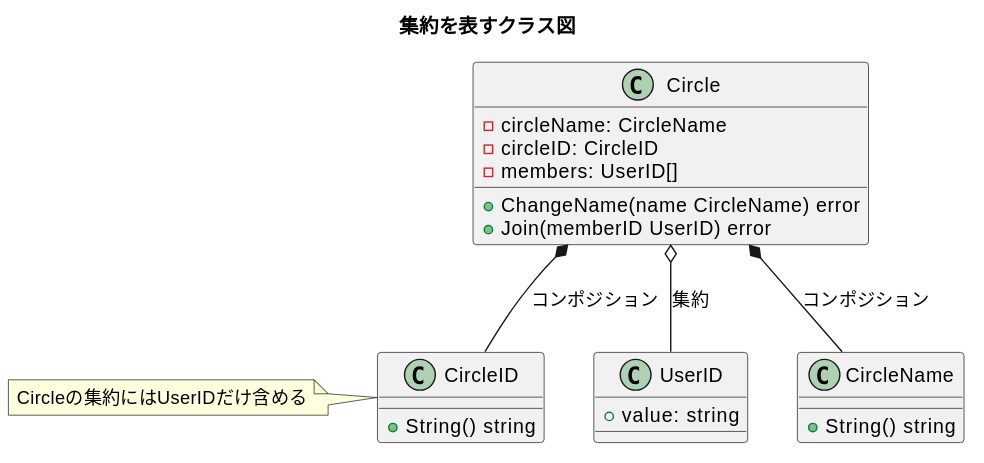
Earlier version of the PlantUML export diagrams/ch12-aggregate-userid.svg (Yuki-TU/ddd).
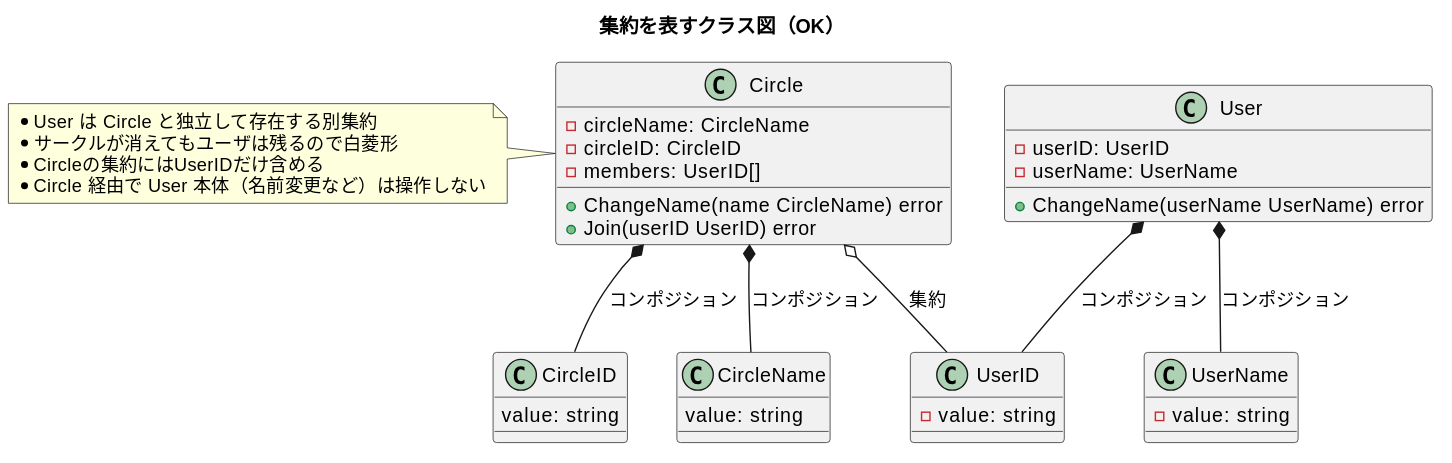
The same diagram one commit later.

Commit message:
12章の Circle 図を NG / OK に分け、コードも circleID と circleName を持つ形に揃える。

What changed in the source:
```diff
@@ -1,8 +1,18 @@
 @startuml
-title 集約を表すクラス図
+title 集約を表すクラス図（OK）
+
+class User {
+  - userID: UserID
+  - userName: UserName
+  + ChangeName(userName UserName) error
+}
 
 class UserID {
-  + value: string
+  - value: string
+}
+
+class UserName {
+  - value: string
 }
 
 class Circle {
@@ -10,20 +20,25 @@
   - circleID: CircleID
   - members: UserID[]
   + ChangeName(name CircleName) error
-  + Join(memberID UserID) error
-}
-
-class CircleName {
-  + String() string
-}
-class CircleID {
-  + String() string
+  + Join(userID UserID) error
 }
 
 note left
-Circleの集約にはUserIDだけ含める
+* User は Circle と独立して存在する別集約
+* サークルが消えてもユーザは残るので白菱形
+* Circleの集約にはUserIDだけ含める
+* Circle 経由で User 本体（名前変更など）は操作しない
 endnote
 
+class CircleName {
+  value: string
+}
+class CircleID {
+  value: string
+}
+
+User *-- UserID: コンポジション
+User *-- UserName: コンポジション
 Circle *-- CircleID: コンポジション
 Circle *-- CircleName: コンポジション
 Circle o-- UserID: 集約
```
